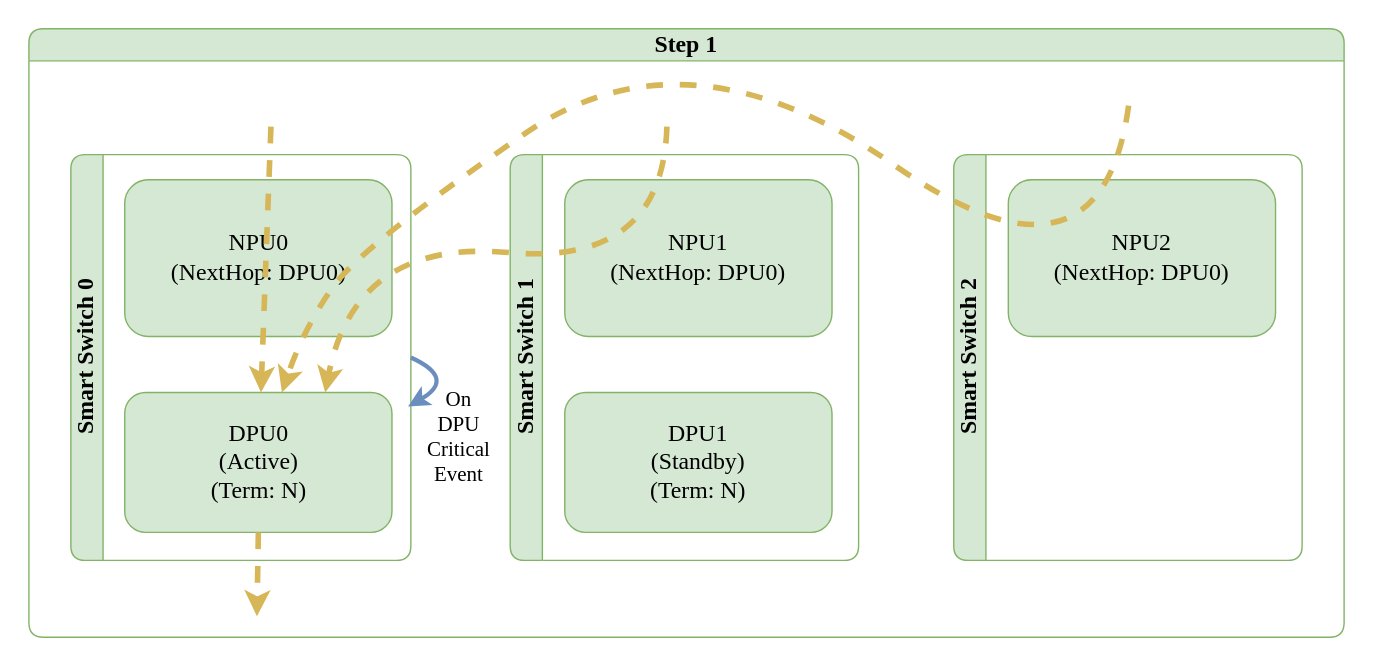
Earlier version of the draw.io export doc/smart-switch/high-availability/images/ha-unplanned-events-enter-standalone-with-peer-down-step-1.svg (sonic-net/SONiC). Source tidied: cells renumbered, new cells last; positions are measured from the earlier drawing's top-left corner, leaving out a move shared by most shapes. Source of this version:
```xml
<mxGraphModel>
  <root>
    <mxCell id="0" />
    <mxCell id="1" parent="0" />
    <mxCell id="2" value="Step 1" style="swimlane;horizontal=1;whiteSpace=wrap;html=1;rounded=1;labelBorderColor=none;strokeColor=#82b366;fontFamily=Consolas;fontSize=17;startSize=23;fillColor=#d5e8d4;swimlaneFillColor=#FFFFFF;" parent="1" vertex="1">
      <mxGeometry y="5" width="940" height="435" as="geometry" />
    </mxCell>
    <mxCell id="3" value="Smart Switch 0" style="swimlane;horizontal=0;whiteSpace=wrap;html=1;rounded=1;labelBorderColor=none;strokeColor=#82b366;fontFamily=Consolas;fontSize=17;startSize=23;fillColor=#d5e8d4;swimlaneFillColor=#FFFFFF;" parent="2" vertex="1">
      <mxGeometry x="30" y="90" width="243" height="290" as="geometry" />
    </mxCell>
    <mxCell id="4" value="NPU0&lt;br style=&quot;font-size: 17px;&quot;&gt;(NextHop: DPU0)" style="rounded=1;whiteSpace=wrap;html=1;strokeColor=#82b366;fontFamily=Consolas;fontSize=17;startSize=23;fillColor=#d5e8d4;" parent="3" vertex="1">
      <mxGeometry x="38.5" y="18" width="191" height="112" as="geometry" />
    </mxCell>
    <mxCell id="5" value="DPU0&lt;br style=&quot;border-color: var(--border-color); font-size: 17px;&quot;&gt;(Active)&lt;br style=&quot;border-color: var(--border-color); font-size: 17px;&quot;&gt;(Term: N)" style="rounded=1;whiteSpace=wrap;html=1;strokeColor=#82b366;fontFamily=Consolas;fontSize=17;startSize=23;fillColor=#d5e8d4;" parent="3" vertex="1">
      <mxGeometry x="38.5" y="170" width="191" height="100" as="geometry" />
    </mxCell>
    <mxCell id="6" value="Smart Switch 1" style="swimlane;horizontal=0;whiteSpace=wrap;html=1;rounded=1;labelBorderColor=none;strokeColor=#82b366;fontFamily=Consolas;fontSize=17;startSize=23;fillColor=#d5e8d4;swimlaneFillColor=#FFFFFF;" parent="2" vertex="1">
      <mxGeometry x="344" y="90" width="249" height="290" as="geometry" />
    </mxCell>
    <mxCell id="7" value="NPU1&lt;br style=&quot;font-size: 17px;&quot;&gt;(NextHop: DPU0)" style="rounded=1;whiteSpace=wrap;html=1;strokeColor=#82b366;fontFamily=Consolas;fontSize=17;startSize=23;fillColor=#d5e8d4;" parent="6" vertex="1">
      <mxGeometry x="39" y="18" width="191" height="112" as="geometry" />
    </mxCell>
    <mxCell id="8" value="DPU1&lt;br style=&quot;border-color: var(--border-color); font-size: 17px;&quot;&gt;(Standby)&lt;br style=&quot;border-color: var(--border-color); font-size: 17px;&quot;&gt;(Term: N)" style="rounded=1;whiteSpace=wrap;html=1;strokeColor=#82b366;fontFamily=Consolas;fontSize=17;startSize=23;fillColor=#d5e8d4;" parent="6" vertex="1">
      <mxGeometry x="39" y="170" width="191" height="100" as="geometry" />
    </mxCell>
    <mxCell id="9" style="curved=1;endArrow=classic;html=1;rounded=0;fillColor=#fff2cc;strokeColor=#d6b656;strokeWidth=4;dashed=1;endFill=1;fontFamily=Consolas;fontSize=17;" parent="2" edge="1" target="5">
      <mxGeometry relative="1" as="geometry">
        <mxPoint x="173" y="70" as="sourcePoint" />
      </mxGeometry>
    </mxCell>
    <mxCell id="10" style="curved=1;endArrow=classic;html=1;rounded=0;entryX=0.75;entryY=0;entryDx=0;entryDy=0;fillColor=#fff2cc;strokeColor=#d6b656;strokeWidth=4;dashed=1;endFill=1;fontFamily=Consolas;fontSize=17;" parent="2" edge="1" target="5">
      <mxGeometry relative="1" as="geometry">
        <mxPoint x="456" y="70" as="sourcePoint" />
        <Array as="points">
          <mxPoint x="453" y="170" />
          <mxPoint x="233" y="150" />
        </Array>
      </mxGeometry>
    </mxCell>
    <mxCell id="11" style="endArrow=classic;html=1;rounded=0;fillColor=#fff2cc;strokeColor=#d6b656;strokeWidth=4;dashed=1;endFill=1;exitX=0.5;exitY=1;exitDx=0;exitDy=0;fontFamily=Consolas;fontSize=17;" parent="2" edge="1" source="5">
      <mxGeometry relative="1" as="geometry">
        <mxPoint x="163" y="420" as="targetPoint" />
      </mxGeometry>
    </mxCell>
    <mxCell id="12" value="On&lt;br style=&quot;border-color: var(--border-color); font-size: 15px;&quot;&gt;&lt;span style=&quot;font-size: 15px;&quot;&gt;DPU&lt;/span&gt;&lt;br style=&quot;border-color: var(--border-color); font-size: 15px;&quot;&gt;&lt;span style=&quot;font-size: 15px;&quot;&gt;Critical&lt;/span&gt;&lt;br style=&quot;border-color: var(--border-color); font-size: 15px;&quot;&gt;&lt;span style=&quot;font-size: 15px;&quot;&gt;Event&lt;/span&gt;" style="endArrow=classic;startArrow=none;html=1;exitX=1;exitY=0.5;exitDx=0;exitDy=0;fillColor=#dae8fc;strokeColor=#6c8ebf;strokeWidth=3;fontFamily=Consolas;fontSize=15;startFill=0;endFill=1;labelBackgroundColor=none;curved=1;" parent="2" edge="1" source="3">
      <mxGeometry x="0.43" y="35" relative="1" as="geometry">
        <mxPoint x="271" y="270" as="targetPoint" />
        <Array as="points">
          <mxPoint x="306" y="250" />
        </Array>
        <mxPoint y="1" as="offset" />
      </mxGeometry>
    </mxCell>
    <mxCell id="13" value="Smart Switch 2" style="swimlane;horizontal=0;whiteSpace=wrap;html=1;rounded=1;labelBorderColor=none;strokeColor=#82b366;fontFamily=Consolas;fontSize=17;startSize=23;fillColor=#d5e8d4;swimlaneFillColor=#FFFFFF;" parent="2" vertex="1">
      <mxGeometry x="661" y="90" width="249" height="290" as="geometry" />
    </mxCell>
    <mxCell id="14" value="NPU2&lt;br style=&quot;font-size: 17px;&quot;&gt;(NextHop: DPU0)" style="rounded=1;whiteSpace=wrap;html=1;strokeColor=#82b366;fontFamily=Consolas;fontSize=17;startSize=23;fillColor=#d5e8d4;" parent="13" vertex="1">
      <mxGeometry x="39" y="18" width="191" height="112" as="geometry" />
    </mxCell>
    <mxCell id="15" style="curved=1;endArrow=classic;html=1;rounded=0;fillColor=#fff2cc;strokeColor=#d6b656;strokeWidth=4;dashed=1;endFill=1;fontFamily=Consolas;fontSize=17;" parent="2" edge="1" target="5">
      <mxGeometry relative="1" as="geometry">
        <mxPoint x="786" y="55" as="sourcePoint" />
        <Array as="points">
          <mxPoint x="766" y="200" />
          <mxPoint x="471" y="-5" />
          <mxPoint x="238" y="155" />
          <mxPoint x="196" y="215" />
        </Array>
      </mxGeometry>
    </mxCell>
  </root>
</mxGraphModel>
```
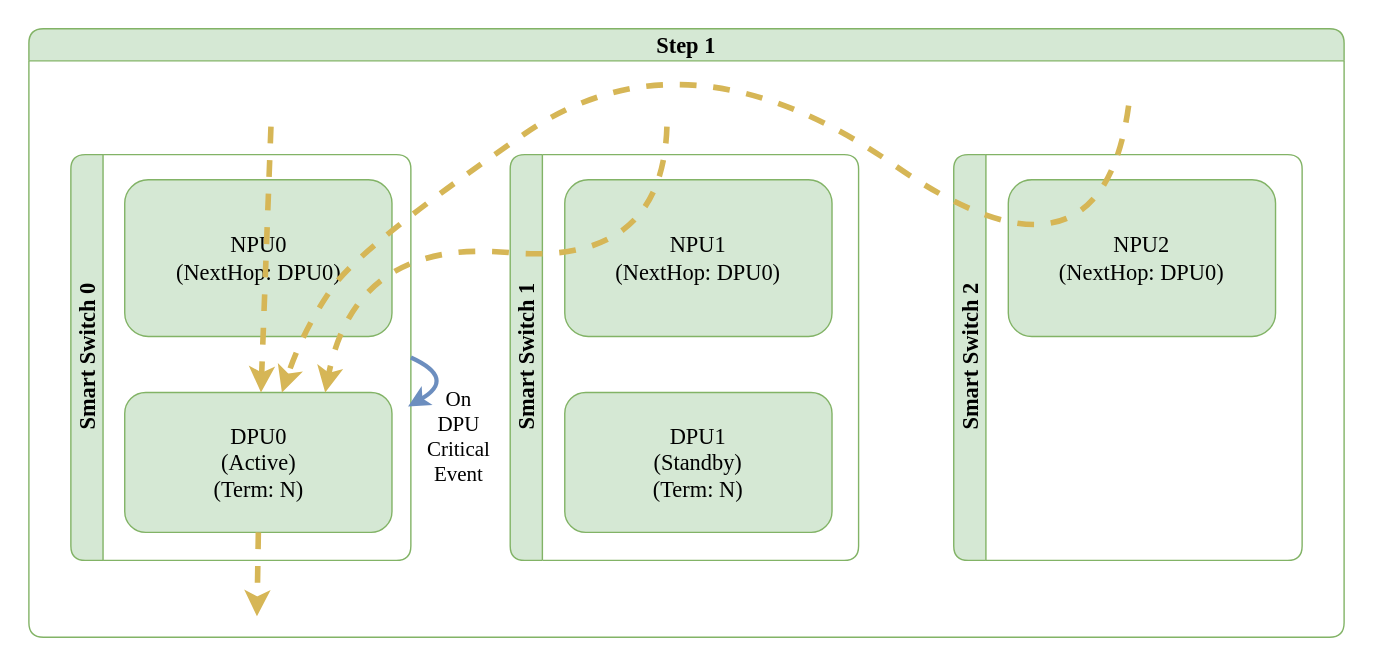
The same diagram one commit later.

What changed in the source:
```diff
@@ -2,33 +2,33 @@
   <root>
     <mxCell id="0" />
     <mxCell id="1" parent="0" />
-    <mxCell id="2" value="Step 1" style="swimlane;horizontal=1;whiteSpace=wrap;html=1;rounded=1;labelBorderColor=none;strokeColor=#82b366;fontFamily=Consolas;fontSize=17;startSize=23;fillColor=#d5e8d4;swimlaneFillColor=#FFFFFF;" parent="1" vertex="1">
+    <mxCell id="2" value="Step 1" style="swimlane;horizontal=1;whiteSpace=wrap;html=1;rounded=1;labelBorderColor=none;strokeColor=#82b366;fontFamily=Monaco;fontSize=16;startSize=23;fillColor=#d5e8d4;swimlaneFillColor=#FFFFFF;" parent="1" vertex="1">
       <mxGeometry y="5" width="940" height="435" as="geometry" />
     </mxCell>
-    <mxCell id="3" value="Smart Switch 0" style="swimlane;horizontal=0;whiteSpace=wrap;html=1;rounded=1;labelBorderColor=none;strokeColor=#82b366;fontFamily=Consolas;fontSize=17;startSize=23;fillColor=#d5e8d4;swimlaneFillColor=#FFFFFF;" parent="2" vertex="1">
+    <mxCell id="3" value="Smart Switch 0" style="swimlane;horizontal=0;whiteSpace=wrap;html=1;rounded=1;labelBorderColor=none;strokeColor=#82b366;fontFamily=Monaco;fontSize=16;startSize=23;fillColor=#d5e8d4;swimlaneFillColor=#FFFFFF;" parent="2" vertex="1">
       <mxGeometry x="30" y="90" width="243" height="290" as="geometry" />
     </mxCell>
-    <mxCell id="4" value="NPU0&lt;br style=&quot;font-size: 17px;&quot;&gt;(NextHop: DPU0)" style="rounded=1;whiteSpace=wrap;html=1;strokeColor=#82b366;fontFamily=Consolas;fontSize=17;startSize=23;fillColor=#d5e8d4;" parent="3" vertex="1">
+    <mxCell id="4" value="NPU0&lt;br style=&quot;font-size: 16px;&quot;&gt;(NextHop: DPU0)" style="rounded=1;whiteSpace=wrap;html=1;strokeColor=#82b366;fontFamily=Monaco;fontSize=16;startSize=23;fillColor=#d5e8d4;" parent="3" vertex="1">
       <mxGeometry x="38.5" y="18" width="191" height="112" as="geometry" />
     </mxCell>
-    <mxCell id="5" value="DPU0&lt;br style=&quot;border-color: var(--border-color); font-size: 17px;&quot;&gt;(Active)&lt;br style=&quot;border-color: var(--border-color); font-size: 17px;&quot;&gt;(Term: N)" style="rounded=1;whiteSpace=wrap;html=1;strokeColor=#82b366;fontFamily=Consolas;fontSize=17;startSize=23;fillColor=#d5e8d4;" parent="3" vertex="1">
+    <mxCell id="5" value="DPU0&lt;br style=&quot;border-color: var(--border-color); font-size: 16px;&quot;&gt;(Active)&lt;br style=&quot;border-color: var(--border-color); font-size: 16px;&quot;&gt;(Term: N)" style="rounded=1;whiteSpace=wrap;html=1;strokeColor=#82b366;fontFamily=Monaco;fontSize=16;startSize=23;fillColor=#d5e8d4;" parent="3" vertex="1">
       <mxGeometry x="38.5" y="170" width="191" height="100" as="geometry" />
     </mxCell>
-    <mxCell id="6" value="Smart Switch 1" style="swimlane;horizontal=0;whiteSpace=wrap;html=1;rounded=1;labelBorderColor=none;strokeColor=#82b366;fontFamily=Consolas;fontSize=17;startSize=23;fillColor=#d5e8d4;swimlaneFillColor=#FFFFFF;" parent="2" vertex="1">
+    <mxCell id="6" value="Smart Switch 1" style="swimlane;horizontal=0;whiteSpace=wrap;html=1;rounded=1;labelBorderColor=none;strokeColor=#82b366;fontFamily=Monaco;fontSize=16;startSize=23;fillColor=#d5e8d4;swimlaneFillColor=#FFFFFF;" parent="2" vertex="1">
       <mxGeometry x="344" y="90" width="249" height="290" as="geometry" />
     </mxCell>
-    <mxCell id="7" value="NPU1&lt;br style=&quot;font-size: 17px;&quot;&gt;(NextHop: DPU0)" style="rounded=1;whiteSpace=wrap;html=1;strokeColor=#82b366;fontFamily=Consolas;fontSize=17;startSize=23;fillColor=#d5e8d4;" parent="6" vertex="1">
+    <mxCell id="7" value="NPU1&lt;br style=&quot;font-size: 16px;&quot;&gt;(NextHop: DPU0)" style="rounded=1;whiteSpace=wrap;html=1;strokeColor=#82b366;fontFamily=Monaco;fontSize=16;startSize=23;fillColor=#d5e8d4;" parent="6" vertex="1">
       <mxGeometry x="39" y="18" width="191" height="112" as="geometry" />
     </mxCell>
-    <mxCell id="8" value="DPU1&lt;br style=&quot;border-color: var(--border-color); font-size: 17px;&quot;&gt;(Standby)&lt;br style=&quot;border-color: var(--border-color); font-size: 17px;&quot;&gt;(Term: N)" style="rounded=1;whiteSpace=wrap;html=1;strokeColor=#82b366;fontFamily=Consolas;fontSize=17;startSize=23;fillColor=#d5e8d4;" parent="6" vertex="1">
+    <mxCell id="8" value="DPU1&lt;br style=&quot;border-color: var(--border-color); font-size: 16px;&quot;&gt;(Standby)&lt;br style=&quot;border-color: var(--border-color); font-size: 16px;&quot;&gt;(Term: N)" style="rounded=1;whiteSpace=wrap;html=1;strokeColor=#82b366;fontFamily=Monaco;fontSize=16;startSize=23;fillColor=#d5e8d4;" parent="6" vertex="1">
       <mxGeometry x="39" y="170" width="191" height="100" as="geometry" />
     </mxCell>
-    <mxCell id="9" style="curved=1;endArrow=classic;html=1;rounded=0;fillColor=#fff2cc;strokeColor=#d6b656;strokeWidth=4;dashed=1;endFill=1;fontFamily=Consolas;fontSize=17;" parent="2" edge="1" target="5">
+    <mxCell id="9" style="curved=1;endArrow=classic;html=1;rounded=0;fillColor=#fff2cc;strokeColor=#d6b656;strokeWidth=4;dashed=1;endFill=1;fontFamily=Monaco;fontSize=16;" parent="2" edge="1" target="5">
       <mxGeometry relative="1" as="geometry">
         <mxPoint x="173" y="70" as="sourcePoint" />
       </mxGeometry>
     </mxCell>
-    <mxCell id="10" style="curved=1;endArrow=classic;html=1;rounded=0;entryX=0.75;entryY=0;entryDx=0;entryDy=0;fillColor=#fff2cc;strokeColor=#d6b656;strokeWidth=4;dashed=1;endFill=1;fontFamily=Consolas;fontSize=17;" parent="2" edge="1" target="5">
+    <mxCell id="10" style="curved=1;endArrow=classic;html=1;rounded=0;entryX=0.75;entryY=0;entryDx=0;entryDy=0;fillColor=#fff2cc;strokeColor=#d6b656;strokeWidth=4;dashed=1;endFill=1;fontFamily=Monaco;fontSize=16;" parent="2" edge="1" target="5">
       <mxGeometry relative="1" as="geometry">
         <mxPoint x="456" y="70" as="sourcePoint" />
         <Array as="points">
@@ -37,12 +37,12 @@
         </Array>
       </mxGeometry>
     </mxCell>
-    <mxCell id="11" style="endArrow=classic;html=1;rounded=0;fillColor=#fff2cc;strokeColor=#d6b656;strokeWidth=4;dashed=1;endFill=1;exitX=0.5;exitY=1;exitDx=0;exitDy=0;fontFamily=Consolas;fontSize=17;" parent="2" edge="1" source="5">
+    <mxCell id="11" style="endArrow=classic;html=1;rounded=0;fillColor=#fff2cc;strokeColor=#d6b656;strokeWidth=4;dashed=1;endFill=1;exitX=0.5;exitY=1;exitDx=0;exitDy=0;fontFamily=Monaco;fontSize=16;" parent="2" edge="1" source="5">
       <mxGeometry relative="1" as="geometry">
         <mxPoint x="163" y="420" as="targetPoint" />
       </mxGeometry>
     </mxCell>
-    <mxCell id="12" value="On&lt;br style=&quot;border-color: var(--border-color); font-size: 15px;&quot;&gt;&lt;span style=&quot;font-size: 15px;&quot;&gt;DPU&lt;/span&gt;&lt;br style=&quot;border-color: var(--border-color); font-size: 15px;&quot;&gt;&lt;span style=&quot;font-size: 15px;&quot;&gt;Critical&lt;/span&gt;&lt;br style=&quot;border-color: var(--border-color); font-size: 15px;&quot;&gt;&lt;span style=&quot;font-size: 15px;&quot;&gt;Event&lt;/span&gt;" style="endArrow=classic;startArrow=none;html=1;exitX=1;exitY=0.5;exitDx=0;exitDy=0;fillColor=#dae8fc;strokeColor=#6c8ebf;strokeWidth=3;fontFamily=Consolas;fontSize=15;startFill=0;endFill=1;labelBackgroundColor=none;curved=1;" parent="2" edge="1" source="3">
+    <mxCell id="12" value="On&lt;br style=&quot;border-color: var(--border-color); font-size: 15px;&quot;&gt;&lt;span style=&quot;font-size: 15px;&quot;&gt;DPU&lt;/span&gt;&lt;br style=&quot;border-color: var(--border-color); font-size: 15px;&quot;&gt;&lt;span style=&quot;font-size: 15px;&quot;&gt;Critical&lt;/span&gt;&lt;br style=&quot;border-color: var(--border-color); font-size: 15px;&quot;&gt;&lt;span style=&quot;font-size: 15px;&quot;&gt;Event&lt;/span&gt;" style="endArrow=classic;startArrow=none;html=1;exitX=1;exitY=0.5;exitDx=0;exitDy=0;fillColor=#dae8fc;strokeColor=#6c8ebf;strokeWidth=3;fontFamily=Monaco;fontSize=15;startFill=0;endFill=1;labelBackgroundColor=none;curved=1;" parent="2" edge="1" source="3">
       <mxGeometry x="0.43" y="35" relative="1" as="geometry">
         <mxPoint x="271" y="270" as="targetPoint" />
         <Array as="points">
@@ -51,13 +51,13 @@
         <mxPoint y="1" as="offset" />
       </mxGeometry>
     </mxCell>
-    <mxCell id="13" value="Smart Switch 2" style="swimlane;horizontal=0;whiteSpace=wrap;html=1;rounded=1;labelBorderColor=none;strokeColor=#82b366;fontFamily=Consolas;fontSize=17;startSize=23;fillColor=#d5e8d4;swimlaneFillColor=#FFFFFF;" parent="2" vertex="1">
+    <mxCell id="13" value="Smart Switch 2" style="swimlane;horizontal=0;whiteSpace=wrap;html=1;rounded=1;labelBorderColor=none;strokeColor=#82b366;fontFamily=Monaco;fontSize=16;startSize=23;fillColor=#d5e8d4;swimlaneFillColor=#FFFFFF;" parent="2" vertex="1">
       <mxGeometry x="661" y="90" width="249" height="290" as="geometry" />
     </mxCell>
-    <mxCell id="14" value="NPU2&lt;br style=&quot;font-size: 17px;&quot;&gt;(NextHop: DPU0)" style="rounded=1;whiteSpace=wrap;html=1;strokeColor=#82b366;fontFamily=Consolas;fontSize=17;startSize=23;fillColor=#d5e8d4;" parent="13" vertex="1">
+    <mxCell id="14" value="NPU2&lt;br style=&quot;font-size: 16px;&quot;&gt;(NextHop: DPU0)" style="rounded=1;whiteSpace=wrap;html=1;strokeColor=#82b366;fontFamily=Monaco;fontSize=16;startSize=23;fillColor=#d5e8d4;" parent="13" vertex="1">
       <mxGeometry x="39" y="18" width="191" height="112" as="geometry" />
     </mxCell>
-    <mxCell id="15" style="curved=1;endArrow=classic;html=1;rounded=0;fillColor=#fff2cc;strokeColor=#d6b656;strokeWidth=4;dashed=1;endFill=1;fontFamily=Consolas;fontSize=17;" parent="2" edge="1" target="5">
+    <mxCell id="15" style="curved=1;endArrow=classic;html=1;rounded=0;fillColor=#fff2cc;strokeColor=#d6b656;strokeWidth=4;dashed=1;endFill=1;fontFamily=Monaco;fontSize=16;" parent="2" edge="1" target="5">
       <mxGeometry relative="1" as="geometry">
         <mxPoint x="786" y="55" as="sourcePoint" />
         <Array as="points">
```
